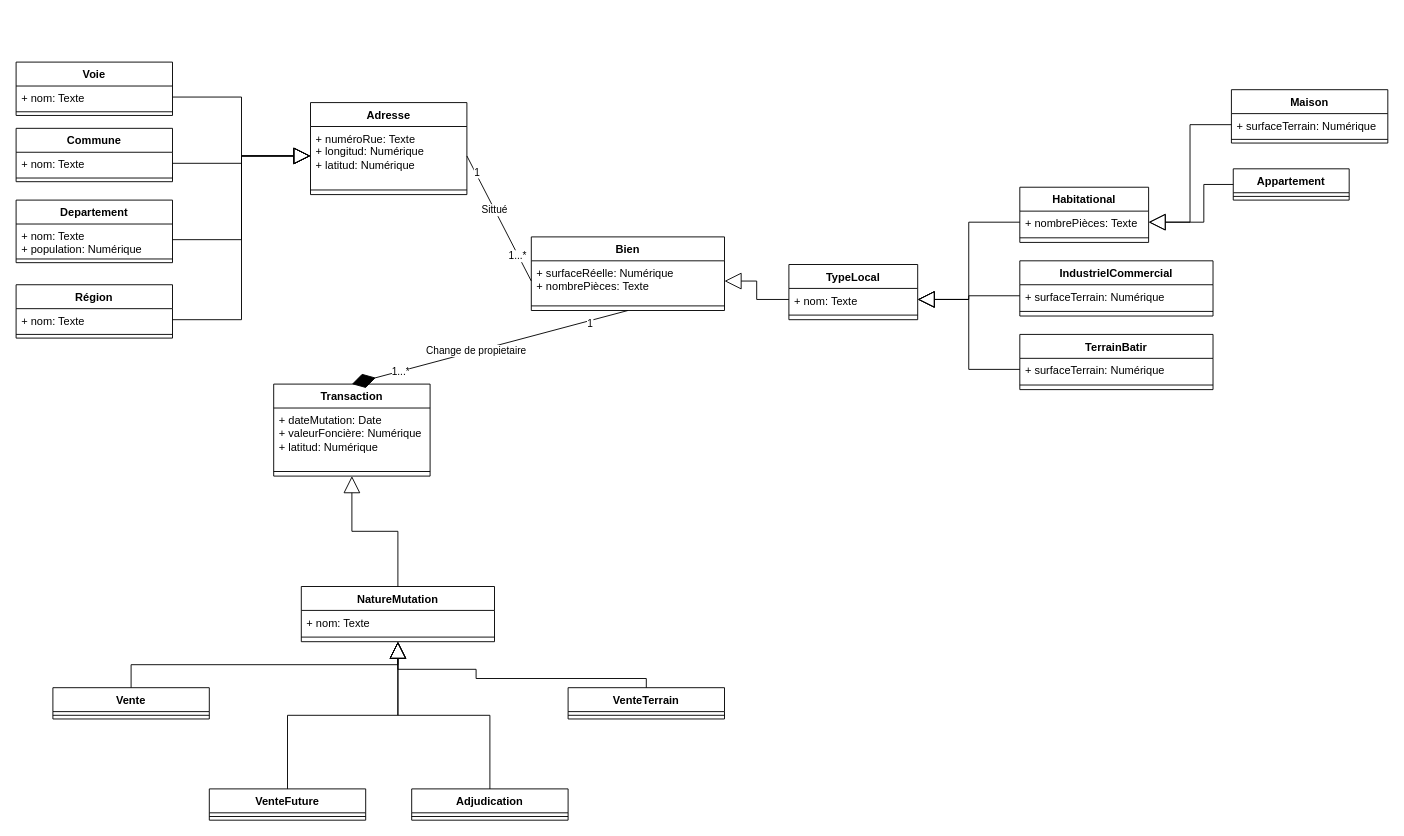
Before: Diagramme de classes UML/Diagrammme_xml.drawio in ocon-ene/Projets-personnelles, a draw.io diagram. Source tidied: cells renumbered, new cells numbered last; positions are measured from the earlier drawing's top-left corner, leaving out a move shared by most shapes. Both pictures are drawn from the tidied source at 92%, with x=0, y=0 at pixel (16, 62).
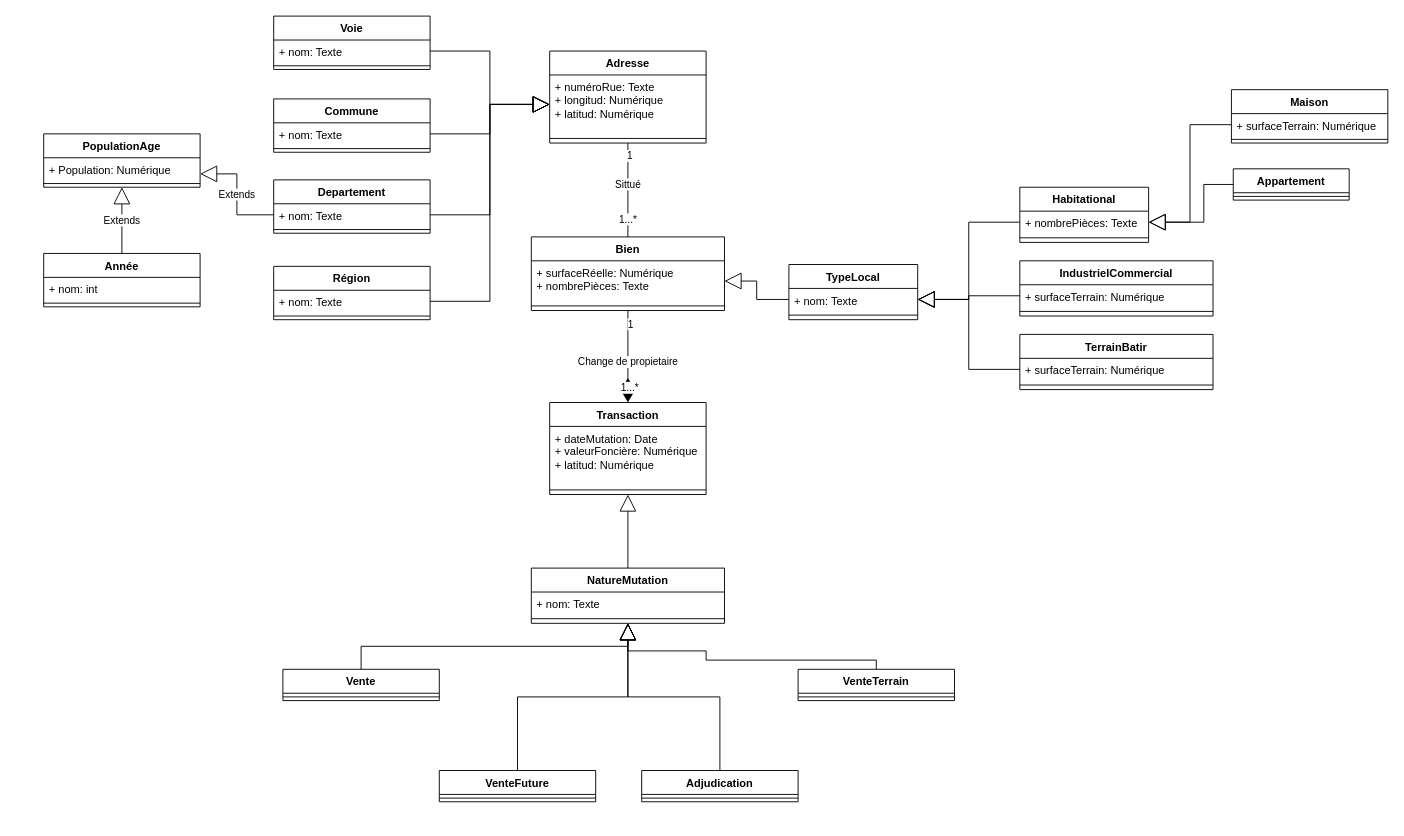
The same page after the edit.

Commit message:
Mettre à jour Diagrammme_xml.drawio

Unchanged cells that the change refers to:
```xml
<mxCell id="2" value="Bien" style="swimlane;fontStyle=1;align=center;verticalAlign=top;horizontal=1;startSize=26;whiteSpace=wrap;html=1;" parent="1" vertex="1">
  <mxGeometry x="560" y="190" width="210" height="80" as="geometry" />
</mxCell>
<mxCell id="3" value="&lt;div&gt;+ surfaceRéelle: Numérique&lt;/div&gt;&lt;div&gt;+ nombrePièces: Texte&lt;br&gt;&lt;/div&gt;" style="text;strokeColor=none;fillColor=none;align=left;verticalAlign=top;spacingLeft=4;spacingRight=4;overflow=hidden;points=[[0,0.5],[1,0.5]];portConstraint=eastwest;whiteSpace=wrap;html=1;" parent="2" vertex="1">
  <mxGeometry y="26" width="210" height="44" as="geometry" />
</mxCell>
<mxCell id="14" value="&lt;div&gt;+ numéroRue: Texte&lt;br&gt;&lt;/div&gt;&lt;div&gt;+ longitud: Numérique&lt;/div&gt;&lt;div&gt;+ latitud: Numérique&lt;br&gt;&lt;/div&gt;" style="text;strokeColor=none;fillColor=none;align=left;verticalAlign=top;spacingLeft=4;spacingRight=4;overflow=hidden;points=[[0,0.5],[1,0.5]];portConstraint=eastwest;whiteSpace=wrap;html=1;" parent="13" vertex="1">
  <mxGeometry y="26" width="170" height="64" as="geometry" />
</mxCell>
```

Change to the diagram source:
```diff
@@
     <mxCell id="13" value="Adresse" style="swimlane;fontStyle=1;align=center;verticalAlign=top;horizontal=1;startSize=26;whiteSpace=wrap;html=1;" parent="1" vertex="1">
-      <mxGeometry x="320" y="44" width="170" height="100" as="geometry" />
+      <mxGeometry x="580" y="-12" width="170" height="100" as="geometry" />
     </mxCell>
@@
     <mxCell id="16" value="NatureMutation" style="swimlane;fontStyle=1;align=center;verticalAlign=top;horizontal=1;startSize=26;whiteSpace=wrap;html=1;" parent="1" vertex="1">
-      <mxGeometry x="310" y="570" width="210" height="60" as="geometry" />
+      <mxGeometry x="560" y="550" width="210" height="60" as="geometry" />
     </mxCell>
@@
     <mxCell id="19" value="Commune" style="swimlane;fontStyle=1;align=center;verticalAlign=top;horizontal=1;startSize=26;whiteSpace=wrap;html=1;" parent="1" vertex="1">
-      <mxGeometry y="72" width="170" height="58" as="geometry" />
+      <mxGeometry x="280" y="40" width="170" height="58" as="geometry" />
     </mxCell>
@@
     <mxCell id="25" value="Departement" style="swimlane;fontStyle=1;align=center;verticalAlign=top;horizontal=1;startSize=26;whiteSpace=wrap;html=1;" parent="1" vertex="1">
-      <mxGeometry y="150" width="170" height="68" as="geometry" />
+      <mxGeometry x="280" y="128" width="170" height="58" as="geometry" />
     </mxCell>
-    <mxCell id="26" value="&lt;div&gt;+ nom: Texte&lt;/div&gt;&lt;div&gt;+ population: Numérique&lt;br&gt;&lt;/div&gt;&lt;div&gt;&lt;br&gt;&lt;/div&gt;&lt;div&gt;&lt;br&gt;&lt;/div&gt;" style="text;strokeColor=none;fillColor=none;align=left;verticalAlign=top;spacingLeft=4;spacingRight=4;overflow=hidden;points=[[0,0.5],[1,0.5]];portConstraint=eastwest;whiteSpace=wrap;html=1;" parent="25" vertex="1">
-      <mxGeometry y="26" width="170" height="34" as="geometry" />
+    <mxCell id="26" value="&lt;div&gt;+ nom: Texte&lt;/div&gt;&lt;div&gt;&lt;br&gt;&lt;/div&gt;&lt;div&gt;&lt;br&gt;&lt;/div&gt;" style="text;strokeColor=none;fillColor=none;align=left;verticalAlign=top;spacingLeft=4;spacingRight=4;overflow=hidden;points=[[0,0.5],[1,0.5]];portConstraint=eastwest;whiteSpace=wrap;html=1;" parent="25" vertex="1">
+      <mxGeometry y="26" width="170" height="24" as="geometry" />
     </mxCell>
     <mxCell id="27" style="line;strokeWidth=1;fillColor=none;align=left;verticalAlign=middle;spacingTop=-1;spacingLeft=3;spacingRight=3;labelPosition=right;strokeColor=inherit;" parent="25" vertex="1">
-      <mxGeometry y="60" width="170" height="8" as="geometry" />
+      <mxGeometry y="50" width="170" height="8" as="geometry" />
     </mxCell>
     <mxCell id="28" value="Région" style="swimlane;fontStyle=1;align=center;verticalAlign=top;horizontal=1;startSize=26;whiteSpace=wrap;html=1;" parent="1" vertex="1">
-      <mxGeometry y="242" width="170" height="58" as="geometry" />
+      <mxGeometry x="280" y="222" width="170" height="58" as="geometry" />
     </mxCell>
@@
     <mxCell id="31" value="Voie" style="swimlane;fontStyle=1;align=center;verticalAlign=top;horizontal=1;startSize=26;whiteSpace=wrap;html=1;" parent="1" vertex="1">
-      <mxGeometry width="170" height="58" as="geometry" />
+      <mxGeometry x="280" y="-50" width="170" height="58" as="geometry" />
     </mxCell>
@@
     <mxCell id="34" value="Transaction" style="swimlane;fontStyle=1;align=center;verticalAlign=top;horizontal=1;startSize=26;whiteSpace=wrap;html=1;" parent="1" vertex="1">
-      <mxGeometry x="280" y="350" width="170" height="100" as="geometry" />
+      <mxGeometry x="580" y="370" width="170" height="100" as="geometry" />
     </mxCell>
@@
     <mxCell id="40" value="Vente" style="swimlane;fontStyle=1;align=center;verticalAlign=top;horizontal=1;startSize=26;whiteSpace=wrap;html=1;" parent="1" vertex="1">
-      <mxGeometry x="40" y="680" width="170" height="34" as="geometry" />
+      <mxGeometry x="290" y="660" width="170" height="34" as="geometry" />
     </mxCell>
@@
     <mxCell id="42" value="VenteFuture" style="swimlane;fontStyle=1;align=center;verticalAlign=top;horizontal=1;startSize=26;whiteSpace=wrap;html=1;" parent="1" vertex="1">
-      <mxGeometry x="210" y="790" width="170" height="34" as="geometry" />
+      <mxGeometry x="460" y="770" width="170" height="34" as="geometry" />
     </mxCell>
@@
     <mxCell id="44" value="Adjudication" style="swimlane;fontStyle=1;align=center;verticalAlign=top;horizontal=1;startSize=26;whiteSpace=wrap;html=1;" parent="1" vertex="1">
-      <mxGeometry x="430" y="790" width="170" height="34" as="geometry" />
+      <mxGeometry x="680" y="770" width="170" height="34" as="geometry" />
     </mxCell>
@@
     <mxCell id="46" value="VenteTerrain" style="swimlane;fontStyle=1;align=center;verticalAlign=top;horizontal=1;startSize=26;whiteSpace=wrap;html=1;" parent="1" vertex="1">
-      <mxGeometry x="600" y="680" width="170" height="34" as="geometry" />
+      <mxGeometry x="850" y="660" width="170" height="34" as="geometry" />
     </mxCell>
@@
     <mxCell id="51" value="&lt;div&gt;&lt;br&gt;&lt;/div&gt;&lt;div&gt;&lt;br&gt;&lt;/div&gt;" style="endArrow=block;endSize=16;endFill=0;html=1;exitX=0.5;exitY=0;exitDx=0;exitDy=0;entryX=0.5;entryY=1;entryDx=0;entryDy=0;rounded=0;edgeStyle=orthogonalEdgeStyle;" parent="1" edge="1" source="46" target="16">
       <mxGeometry x="-0.06" y="-35" relative="1" as="geometry">
         <Array as="points">
-          <mxPoint x="685" y="670" />
-          <mxPoint x="500" y="670" />
-          <mxPoint x="500" y="660" />
-          <mxPoint x="415" y="660" />
+          <mxPoint x="935" y="650" />
+          <mxPoint x="750" y="650" />
+          <mxPoint x="750" y="640" />
+          <mxPoint x="665" y="640" />
         </Array>
       </mxGeometry>
     </mxCell>
@@
-    <mxCell id="62" style="endArrow=none;html=1;rounded=0;entryX=1;entryY=0.5;entryDx=0;entryDy=0;exitX=0;exitY=0.5;exitDx=0;exitDy=0;" parent="1" edge="1" source="3" target="14">
+    <mxCell id="62" style="endArrow=none;html=1;rounded=0;entryX=0.5;entryY=1;entryDx=0;entryDy=0;exitX=0.5;exitY=0;exitDx=0;exitDy=0;" parent="1" edge="1" source="2" target="13">
       <mxGeometry relative="1" as="geometry" />
     </mxCell>
@@
+    <mxCell id="74" value="Année" style="swimlane;fontStyle=1;align=center;verticalAlign=top;horizontal=1;startSize=26;whiteSpace=wrap;html=1;" parent="1" vertex="1">
+      <mxGeometry x="30" y="208" width="170" height="58" as="geometry" />
+    </mxCell>
+    <mxCell id="75" value="&lt;div&gt;+ nom: int&lt;/div&gt;&lt;div&gt;&lt;br&gt;&lt;/div&gt;&lt;div&gt;&lt;br&gt;&lt;/div&gt;" style="text;strokeColor=none;fillColor=none;align=left;verticalAlign=top;spacingLeft=4;spacingRight=4;overflow=hidden;whiteSpace=wrap;html=1;" parent="74" vertex="1">
+      <mxGeometry y="26" width="170" height="24" as="geometry" />
+    </mxCell>
+    <mxCell id="76" style="line;strokeWidth=1;fillColor=none;align=left;verticalAlign=middle;spacingTop=-1;spacingLeft=3;spacingRight=3;labelPosition=right;strokeColor=inherit;" parent="74" vertex="1">
+      <mxGeometry y="50" width="170" height="8" as="geometry" />
+    </mxCell>
+    <mxCell id="77" value="PopulationAge" style="swimlane;fontStyle=1;align=center;verticalAlign=top;horizontal=1;startSize=26;whiteSpace=wrap;html=1;" parent="1" vertex="1">
+      <mxGeometry x="30" y="78" width="170" height="58" as="geometry" />
+    </mxCell>
+    <mxCell id="78" value="&lt;div&gt;+ Population: Numérique&lt;br&gt;&lt;/div&gt;" style="text;strokeColor=none;fillColor=none;align=left;verticalAlign=top;spacingLeft=4;spacingRight=4;overflow=hidden;whiteSpace=wrap;html=1;" parent="77" vertex="1">
+      <mxGeometry y="26" width="170" height="24" as="geometry" />
+    </mxCell>
+    <mxCell id="79" style="line;strokeWidth=1;fillColor=none;align=left;verticalAlign=middle;spacingTop=-1;spacingLeft=3;spacingRight=3;labelPosition=right;strokeColor=inherit;" parent="77" vertex="1">
+      <mxGeometry y="50" width="170" height="8" as="geometry" />
+    </mxCell>
+    <mxCell id="80" value="Extends" style="endArrow=block;endSize=16;endFill=0;html=1;rounded=0;exitX=0;exitY=0.5;exitDx=0;exitDy=0;entryX=1;entryY=0.75;entryDx=0;entryDy=0;edgeStyle=orthogonalEdgeStyle;" parent="1" edge="1" source="26" target="77">
+      <mxGeometry relative="1" as="geometry" />
+    </mxCell>
+    <mxCell id="81" value="Extends" style="endArrow=block;endSize=16;endFill=0;html=1;rounded=0;exitX=0.5;exitY=0;exitDx=0;exitDy=0;entryX=0.5;entryY=1;entryDx=0;entryDy=0;edgeStyle=orthogonalEdgeStyle;" parent="1" edge="1" source="74" target="77">
+      <mxGeometry relative="1" as="geometry" />
+    </mxCell>
```
